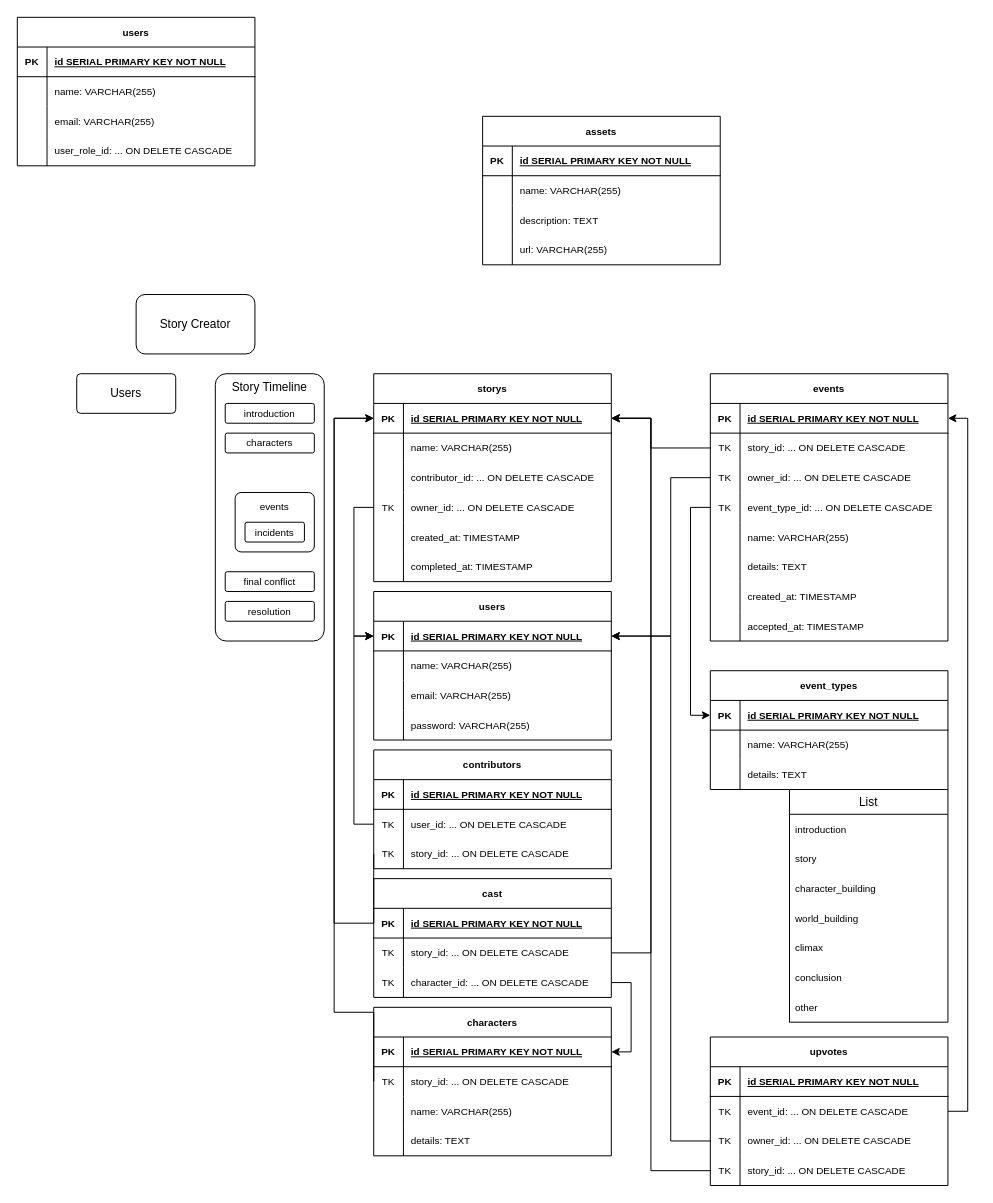
The draw.io diagram db/erd/story_creator.drawio in navycuda/story_creator, before the edit. Source tidied: cells renumbered, new cells numbered last; positions are measured from the earlier drawing's top-left corner, leaving out a move shared by most shapes. Both pictures are drawn from the tidied source at 99%, with x=0, y=0 at pixel (17, 17).
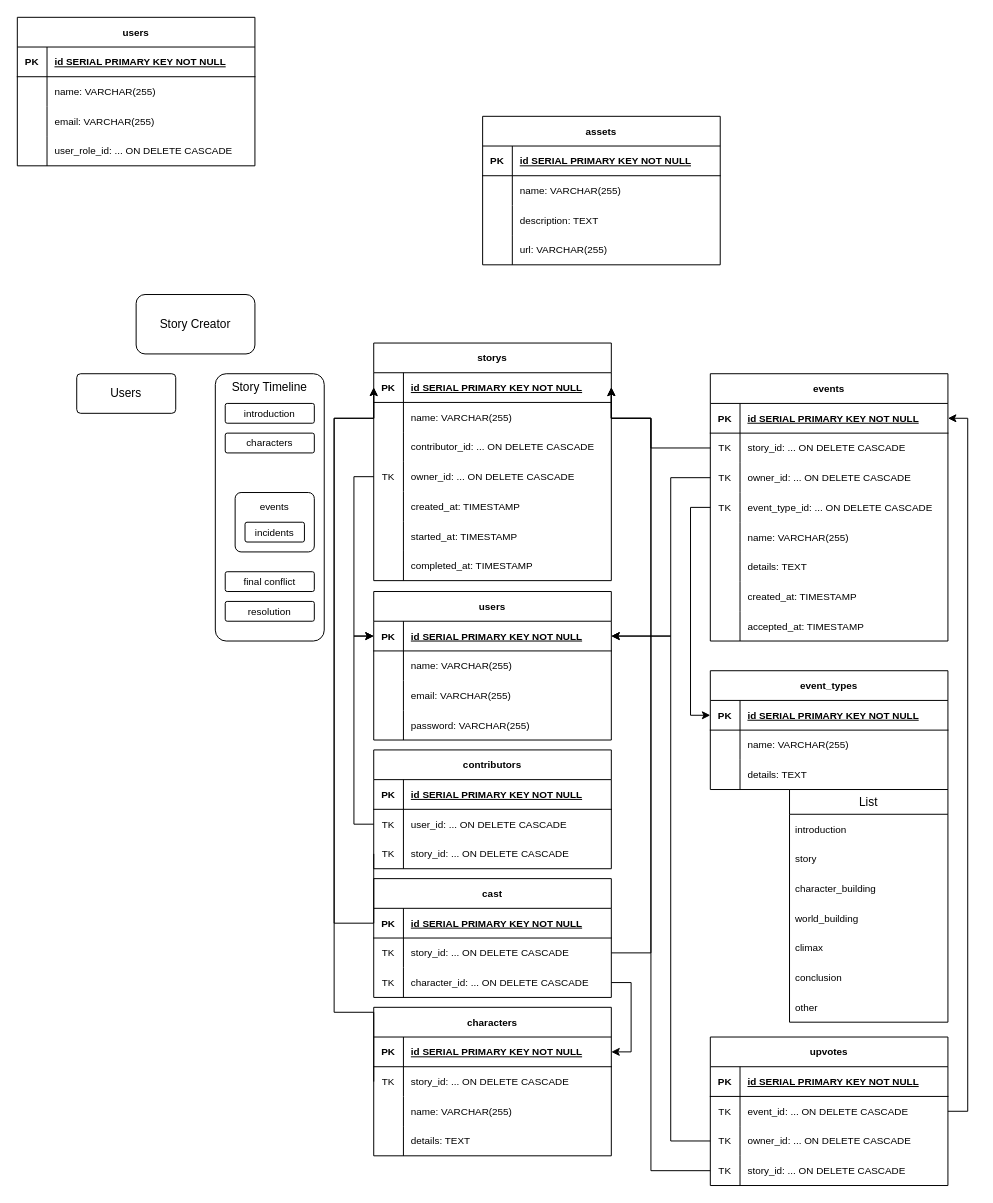
After the change.

Commit message (it also covers changes not shown here):
Fill out Story class

The change refers to these unchanged cells:
```xml
<mxCell id="47" style="shape=tableRow;horizontal=0;startSize=0;swimlaneHead=0;swimlaneBody=0;fillColor=none;top=0;left=0;right=0;bottom=0;fontSize=10;" parent="31" vertex="1">
  <mxGeometry y="180" width="240" height="30" as="geometry" />
</mxCell>
```

Change to the diagram source:
```diff
@@
     <mxCell id="31" value="storys" style="shape=table;startSize=30;childLayout=tableLayout;rowLines=0;fontStyle=1;align=center;fontSize=10;" parent="1" vertex="1">
-      <mxGeometry x="360" y="360" width="240" height="210" as="geometry" />
+      <mxGeometry x="360" y="329" width="240" height="240" as="geometry" />
     </mxCell>
@@
-    <mxCell id="49" value="completed_at: TIMESTAMP" style="shape=partialRectangle;fillColor=none;top=0;left=0;bottom=0;right=0;align=left;spacingLeft=6;overflow=hidden;fontSize=10;" parent="47" vertex="1">
+    <mxCell id="49" value="started_at: TIMESTAMP" style="shape=partialRectangle;fillColor=none;top=0;left=0;bottom=0;right=0;align=left;spacingLeft=6;overflow=hidden;fontSize=10;" parent="47" vertex="1">
       <mxGeometry x="30" width="210" height="30" as="geometry" />
     </mxCell>
+    <mxCell id="170" style="shape=tableRow;horizontal=0;startSize=0;swimlaneHead=0;swimlaneBody=0;fillColor=none;top=0;left=0;right=0;bottom=0;fontSize=10;" parent="31" vertex="1">
+      <mxGeometry y="210" width="240" height="30" as="geometry" />
+    </mxCell>
+    <mxCell id="171" style="shape=partialRectangle;fillColor=none;top=0;left=0;bottom=0;right=0;overflow=hidden;fontSize=10;" parent="170" vertex="1">
+      <mxGeometry width="30" height="30" as="geometry" />
+    </mxCell>
+    <mxCell id="172" value="completed_at: TIMESTAMP" style="shape=partialRectangle;fillColor=none;top=0;left=0;bottom=0;right=0;align=left;spacingLeft=6;overflow=hidden;fontSize=10;" parent="170" vertex="1">
+      <mxGeometry x="30" width="210" height="30" as="geometry" />
+    </mxCell>
```
